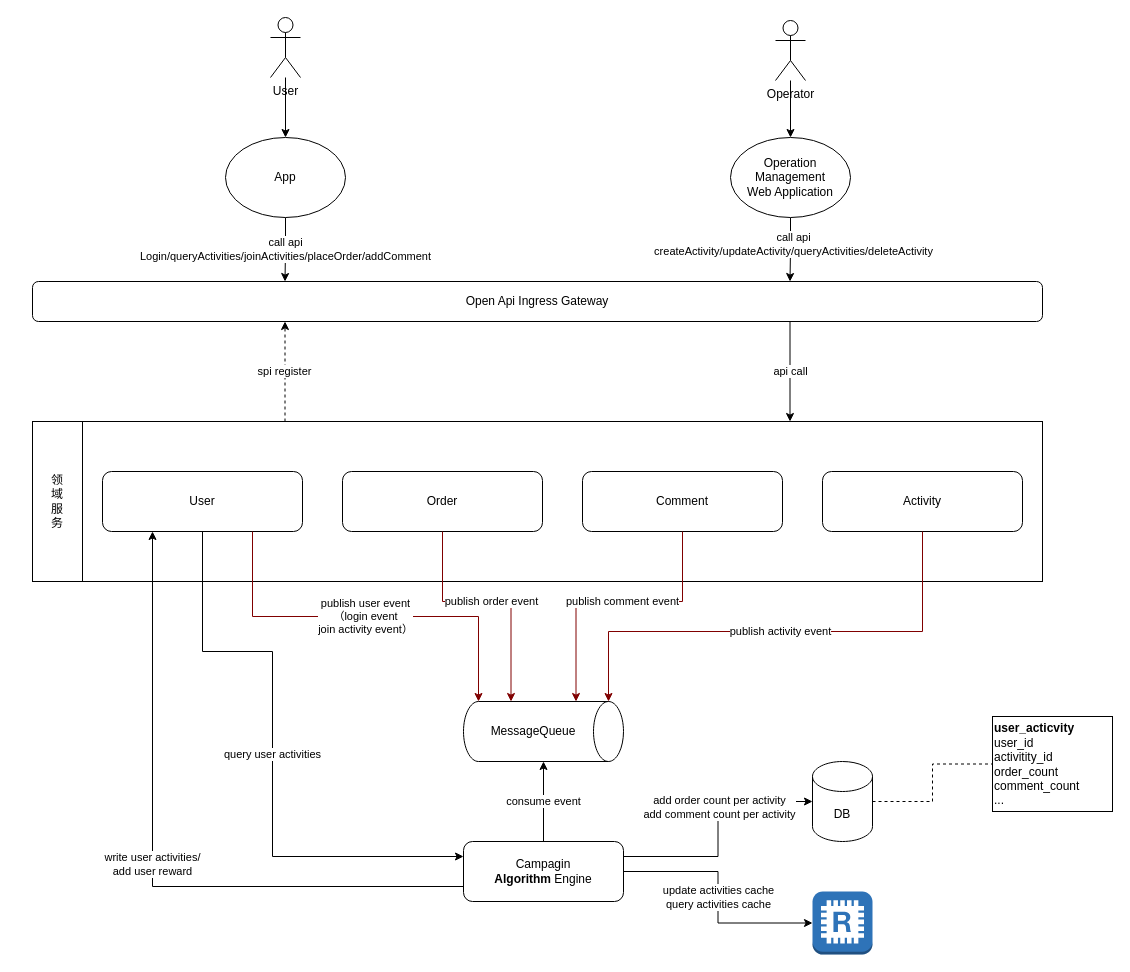
jackie-thank/beego-authz keeps this draw.io diagram as page "营销系统" (9 of 11) of Enterprise-Architecture.drawio. Above is the earlier version. Source tidied: cells renumbered, new cells numbered last; positions are measured from the earlier drawing's top-left corner, leaving out a move shared by most shapes. Both pictures are drawn from the tidied source at 100%, with x=0, y=0 at pixel (32, 17).
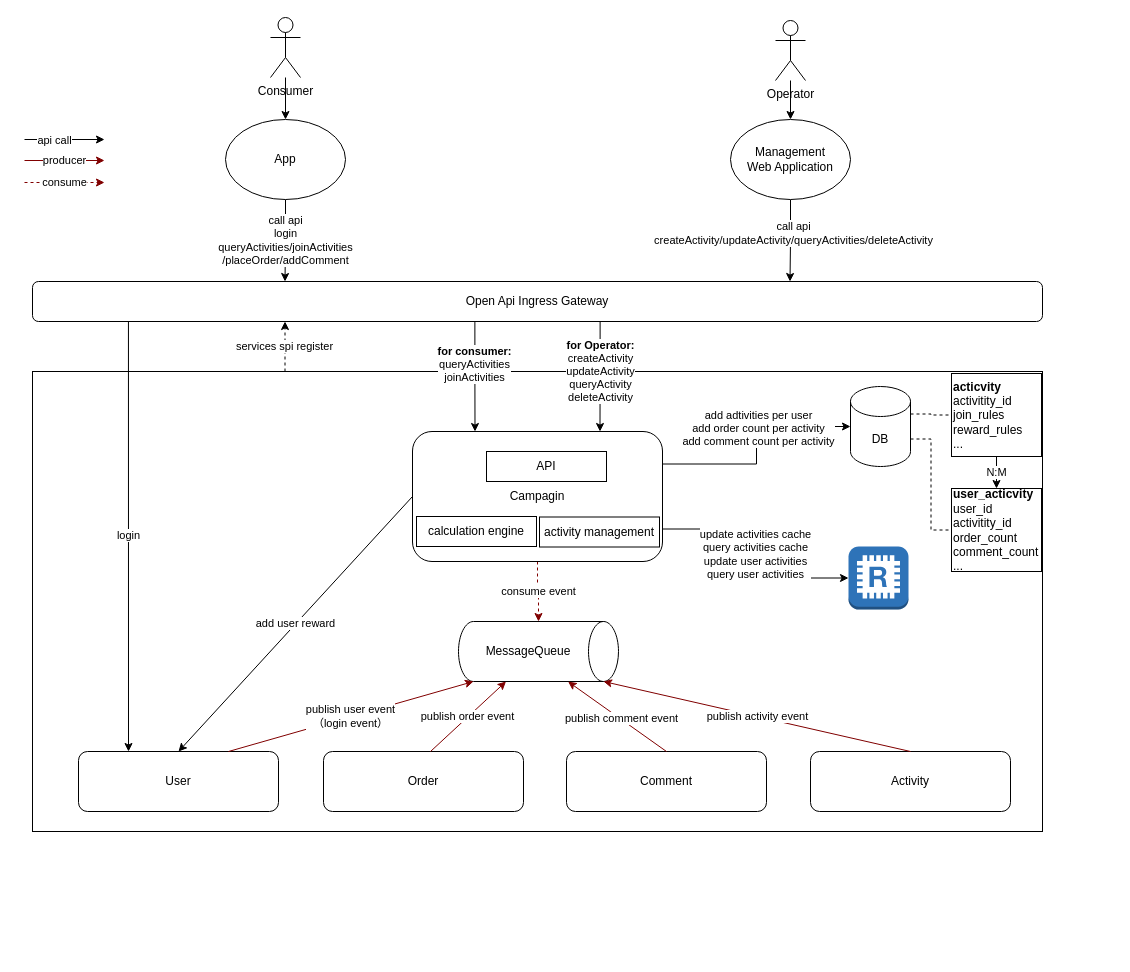
The same page after the edit.

The change refers to these unchanged cells:
```xml
<mxCell id="25" value="&lt;div&gt;Open Api Ingress Gateway&lt;br&gt;&lt;/div&gt;" style="rounded=1;whiteSpace=wrap;html=1;" parent="1" vertex="1">
  <mxGeometry y="264" width="1010" height="40" as="geometry" />
</mxCell>
```

Change to the diagram source:
```diff
@@
-    <mxCell id="2" value="spi register" style="edgeStyle=orthogonalEdgeStyle;rounded=0;jettySize=auto;html=1;exitX=0.25;exitY=0;exitDx=0;exitDy=0;entryX=0.25;entryY=1;entryDx=0;entryDy=0;dashed=1;" parent="1" edge="1" source="3" target="25">
+    <mxCell id="2" value="services spi register" style="edgeStyle=orthogonalEdgeStyle;rounded=0;jettySize=auto;html=1;exitX=0.25;exitY=0;exitDx=0;exitDy=0;entryX=0.25;entryY=1;entryDx=0;entryDy=0;dashed=1;" parent="1" edge="1" source="3" target="25">
       <mxGeometry relative="1" as="geometry" />
     </mxCell>
     <mxCell id="3" style="rounded=0;whiteSpace=wrap;html=1;" parent="1" vertex="1">
-      <mxGeometry y="404" width="1010" height="160" as="geometry" />
+      <mxGeometry y="354" width="1010" height="460" as="geometry" />
     </mxCell>
-    <mxCell id="4" value="query user activities" style="edgeStyle=orthogonalEdgeStyle;rounded=0;jettySize=auto;html=1;exitX=0.5;exitY=1;exitDx=0;exitDy=0;entryX=0;entryY=0.25;entryDx=0;entryDy=0;" parent="1" edge="1" source="5" target="13">
-      <mxGeometry relative="1" as="geometry">
-        <Array as="points">
-          <mxPoint x="170" y="634" />
-          <mxPoint x="240" y="634" />
-          <mxPoint x="240" y="839" />
-        </Array>
-      </mxGeometry>
-    </mxCell>
     <mxCell id="5" value="User" style="rounded=1;whiteSpace=wrap;html=1;" parent="1" vertex="1">
-      <mxGeometry x="70" y="454" width="200" height="60" as="geometry" />
+      <mxGeometry x="46" y="734" width="200" height="60" as="geometry" />
     </mxCell>
     <mxCell id="6" value="Order" style="rounded=1;whiteSpace=wrap;html=1;" parent="1" vertex="1">
-      <mxGeometry x="310" y="454" width="200" height="60" as="geometry" />
+      <mxGeometry x="291" y="734" width="200" height="60" as="geometry" />
     </mxCell>
     <mxCell id="7" value="Comment" style="rounded=1;whiteSpace=wrap;html=1;" parent="1" vertex="1">
-      <mxGeometry x="550" y="454" width="200" height="60" as="geometry" />
+      <mxGeometry x="534" y="734" width="200" height="60" as="geometry" />
     </mxCell>
     <mxCell id="8" value="Activity" style="rounded=1;whiteSpace=wrap;html=1;" parent="1" vertex="1">
-      <mxGeometry x="790" y="454" width="200" height="60" as="geometry" />
+      <mxGeometry x="778" y="734" width="200" height="60" as="geometry" />
     </mxCell>
-    <mxCell id="9" value="consume event" style="edgeStyle=orthogonalEdgeStyle;rounded=0;jettySize=auto;html=1;exitX=0.5;exitY=0;exitDx=0;exitDy=0;" parent="1" edge="1" source="13" target="26">
+    <mxCell id="9" value="consume event" style="edgeStyle=orthogonalEdgeStyle;rounded=0;jettySize=auto;html=1;exitX=0.5;exitY=1;exitDx=0;exitDy=0;strokeColor=#800000;dashed=1;" parent="1" edge="1" source="13" target="26">
       <mxGeometry relative="1" as="geometry" />
     </mxCell>
-    <mxCell id="10" value="&lt;div&gt;write user activities/&lt;/div&gt;&lt;div&gt;add user reward&lt;br&gt;&lt;/div&gt;" style="edgeStyle=orthogonalEdgeStyle;rounded=0;jettySize=auto;html=1;exitX=0;exitY=0.75;exitDx=0;exitDy=0;entryX=0.25;entryY=1;entryDx=0;entryDy=0;" parent="1" edge="1" source="13" target="5">
+    <mxCell id="10" value="&lt;div&gt;add user reward&lt;br&gt;&lt;/div&gt;" style="rounded=0;jettySize=auto;html=1;exitX=0;exitY=0.5;exitDx=0;exitDy=0;entryX=0.5;entryY=0;entryDx=0;entryDy=0;" parent="1" edge="1" source="13" target="5">
       <mxGeometry relative="1" as="geometry" />
     </mxCell>
-    <mxCell id="11" style="edgeStyle=orthogonalEdgeStyle;rounded=0;jettySize=auto;html=1;exitX=1;exitY=0.25;exitDx=0;exitDy=0;" parent="1" edge="1" source="13" target="34">
+    <mxCell id="11" style="edgeStyle=orthogonalEdgeStyle;rounded=0;jettySize=auto;html=1;exitX=1;exitY=0.25;exitDx=0;exitDy=0;entryX=0;entryY=0.5;entryDx=0;entryDy=0;entryPerimeter=0;" parent="1" edge="1" source="13" target="34">
       <mxGeometry relative="1" as="geometry" />
     </mxCell>
-    <mxCell id="12" value="&lt;div&gt;add order count per activity&lt;/div&gt;&lt;div&gt;add comment count per activity&lt;br&gt;&lt;/div&gt;" style="edgeLabel;html=1;align=center;verticalAlign=middle;" parent="11" vertex="1">
+    <mxCell id="12" value="&lt;div&gt;add adtivities per user&lt;br&gt;&lt;/div&gt;&lt;div&gt;add order count per activity&lt;/div&gt;&lt;div&gt;add comment count per activity&lt;br&gt;&lt;/div&gt;" style="edgeLabel;html=1;align=center;verticalAlign=middle;" parent="11" vertex="1">
       <mxGeometry x="0.18" y="-1" relative="1" as="geometry" />
     </mxCell>
-    <mxCell id="13" value="&lt;div&gt;Campagin &lt;br&gt;&lt;/div&gt;&lt;div&gt;&lt;b&gt;Algorithm &lt;/b&gt;Engine&lt;br&gt;&lt;/div&gt;" style="rounded=1;whiteSpace=wrap;html=1;" parent="1" vertex="1">
-      <mxGeometry x="431" y="824" width="160" height="60" as="geometry" />
+    <mxCell id="13" value="&lt;div&gt;Campagin&lt;/div&gt;" style="rounded=1;whiteSpace=wrap;html=1;" parent="1" vertex="1">
+      <mxGeometry x="380" y="414" width="250" height="130" as="geometry" />
     </mxCell>
-    <mxCell id="14" value="&lt;div&gt;领&lt;/div&gt;&lt;div&gt;域&lt;/div&gt;&lt;div&gt;服&lt;/div&gt;&lt;div&gt;务&lt;/div&gt;" style="rounded=0;whiteSpace=wrap;html=1;" parent="1" vertex="1">
-      <mxGeometry y="404" width="50" height="160" as="geometry" />
-    </mxCell>
@@
-    <mxCell id="17" value="&lt;div&gt;Operation&lt;/div&gt;&lt;div&gt;Management&lt;/div&gt;&lt;div&gt;Web Application&lt;br&gt;&lt;/div&gt;" style="ellipse;whiteSpace=wrap;html=1;" parent="1" vertex="1">
-      <mxGeometry x="698" y="120" width="120" height="80" as="geometry" />
+    <mxCell id="17" value="&lt;div&gt;Management&lt;/div&gt;&lt;div&gt;Web Application&lt;br&gt;&lt;/div&gt;" style="ellipse;whiteSpace=wrap;html=1;" parent="1" vertex="1">
+      <mxGeometry x="698" y="102" width="120" height="80" as="geometry" />
     </mxCell>
@@
-    <mxCell id="19" value="User" style="shape=umlActor;verticalLabelPosition=bottom;verticalAlign=top;html=1;outlineConnect=0;" parent="1" vertex="1">
+    <mxCell id="19" value="Consumer" style="shape=umlActor;verticalLabelPosition=bottom;verticalAlign=top;html=1;outlineConnect=0;" parent="1" vertex="1">
       <mxGeometry x="238" width="30" height="60" as="geometry" />
     </mxCell>
-    <mxCell id="20" value="&lt;div&gt;call api&lt;br&gt;&lt;/div&gt;&lt;div&gt;Login/queryActivities/joinActivities/placeOrder/addComment&lt;/div&gt;" style="edgeStyle=orthogonalEdgeStyle;rounded=0;jettySize=auto;html=1;exitX=0.5;exitY=1;exitDx=0;exitDy=0;entryX=0.25;entryY=0;entryDx=0;entryDy=0;" parent="1" edge="1" source="21" target="25">
+    <mxCell id="20" value="&lt;div&gt;call api&lt;br&gt;&lt;/div&gt;&lt;div&gt;login&lt;/div&gt;&lt;div&gt;queryActivities/joinActivities&lt;/div&gt;&lt;div&gt;/placeOrder/addComment&lt;/div&gt;" style="edgeStyle=orthogonalEdgeStyle;rounded=0;jettySize=auto;html=1;exitX=0.5;exitY=1;exitDx=0;exitDy=0;entryX=0.25;entryY=0;entryDx=0;entryDy=0;" parent="1" edge="1" source="21" target="25">
       <mxGeometry relative="1" as="geometry" />
     </mxCell>
     <mxCell id="21" value="App" style="ellipse;whiteSpace=wrap;html=1;" parent="1" vertex="1">
-      <mxGeometry x="193" y="120" width="120" height="80" as="geometry" />
+      <mxGeometry x="193" y="102" width="120" height="80" as="geometry" />
     </mxCell>
@@
-    <mxCell id="24" value="api call" style="edgeStyle=orthogonalEdgeStyle;rounded=0;jettySize=auto;html=1;exitX=0.75;exitY=1;exitDx=0;exitDy=0;entryX=0.75;entryY=0;entryDx=0;entryDy=0;" parent="1" edge="1" source="25" target="3">
-      <mxGeometry relative="1" as="geometry" />
-    </mxCell>
+    <mxCell id="38" value="&lt;div&gt;&lt;b&gt;for consumer:&lt;/b&gt;&lt;/div&gt;&lt;div&gt;queryActivities&lt;/div&gt;&lt;div&gt;joinActivities&lt;br&gt;&lt;/div&gt;" style="edgeStyle=orthogonalEdgeStyle;rounded=0;jettySize=auto;html=1;exitX=0.438;exitY=1.014;exitDx=0;exitDy=0;entryX=0.25;entryY=0;entryDx=0;entryDy=0;exitPerimeter=0;" parent="1" edge="1" source="25" target="13">
+      <mxGeometry x="-0.26" relative="1" as="geometry">
+        <mxPoint y="1" as="offset" />
+      </mxGeometry>
+    </mxCell>
+    <mxCell id="39" value="login" style="edgeStyle=orthogonalEdgeStyle;rounded=0;jettySize=auto;html=1;exitX=0.095;exitY=0.957;exitDx=0;exitDy=0;entryX=0.25;entryY=0;entryDx=0;entryDy=0;exitPerimeter=0;" parent="1" edge="1" source="25" target="5">
+      <mxGeometry relative="1" as="geometry" />
+    </mxCell>
+    <mxCell id="40" style="edgeStyle=orthogonalEdgeStyle;rounded=0;jettySize=auto;html=1;exitX=0.562;exitY=1;exitDx=0;exitDy=0;entryX=0.75;entryY=0;entryDx=0;entryDy=0;exitPerimeter=0;" parent="1" edge="1" source="25" target="13">
+      <mxGeometry relative="1" as="geometry" />
+    </mxCell>
+    <mxCell id="41" value="&lt;div&gt;&lt;b&gt;for Operator:&lt;/b&gt;&lt;/div&gt;&lt;div&gt;createActivity&lt;/div&gt;&lt;div&gt;updateActivity&lt;/div&gt;&lt;div&gt;queryActivity&lt;/div&gt;&lt;div&gt;deleteActivity&lt;br&gt;&lt;/div&gt;" style="edgeLabel;html=1;align=center;verticalAlign=middle;" parent="40" vertex="1">
+      <mxGeometry x="-0.1" relative="1" as="geometry" />
+    </mxCell>
@@
     <mxCell id="26" style="shape=cylinder3;whiteSpace=wrap;html=1;boundedLbl=1;backgroundOutline=1;size=15;rotation=90;" parent="1" vertex="1">
-      <mxGeometry x="481" y="634" width="60" height="160" as="geometry" />
+      <mxGeometry x="476" y="554" width="60" height="160" as="geometry" />
     </mxCell>
-    <mxCell id="27" value="&lt;div&gt;publish user event&lt;/div&gt;&lt;div&gt;（login event&lt;/div&gt;&lt;div&gt;join activity event）&lt;br&gt;&lt;/div&gt;" style="rounded=0;jettySize=auto;html=1;exitX=0.75;exitY=1;exitDx=0;exitDy=0;entryX=0;entryY=1;entryDx=0;entryDy=-15;entryPerimeter=0;edgeStyle=orthogonalEdgeStyle;strokeColor=#800000;" parent="1" edge="1" source="5" target="26">
+    <mxCell id="27" value="&lt;div&gt;publish user event&lt;/div&gt;&lt;div&gt;（login event）&lt;br&gt;&lt;/div&gt;" style="rounded=0;jettySize=auto;html=1;exitX=0.75;exitY=0;exitDx=0;exitDy=0;entryX=1;entryY=1;entryDx=0;entryDy=-15;entryPerimeter=0;strokeColor=#800000;" parent="1" edge="1" source="5" target="26">
       <mxGeometry relative="1" as="geometry" />
     </mxCell>
-    <mxCell id="28" value="publish order event" style="rounded=0;jettySize=auto;html=1;entryX=0;entryY=0;entryDx=0;entryDy=112.5;entryPerimeter=0;edgeStyle=orthogonalEdgeStyle;strokeColor=#800000;" parent="1" edge="1" target="26">
+    <mxCell id="28" value="publish order event" style="rounded=0;jettySize=auto;html=1;entryX=1;entryY=0;entryDx=0;entryDy=112.5;entryPerimeter=0;strokeColor=#800000;" parent="1" edge="1" target="26">
       <mxGeometry relative="1" as="geometry">
-        <mxPoint x="410" y="514" as="sourcePoint" />
-        <Array as="points">
-          <mxPoint x="410" y="584" />
-          <mxPoint x="479" y="584" />
-        </Array>
+        <mxPoint x="398" y="734" as="sourcePoint" />
       </mxGeometry>
     </mxCell>
-    <mxCell id="29" style="rounded=0;jettySize=auto;html=1;exitX=0.5;exitY=1;exitDx=0;exitDy=0;entryX=0;entryY=0;entryDx=0;entryDy=47.5;entryPerimeter=0;edgeStyle=orthogonalEdgeStyle;strokeColor=#800000;" parent="1" edge="1" source="7" target="26">
-      <mxGeometry relative="1" as="geometry">
-        <Array as="points">
-          <mxPoint x="650" y="584" />
-          <mxPoint x="544" y="584" />
-        </Array>
-      </mxGeometry>
+    <mxCell id="29" style="rounded=0;jettySize=auto;html=1;exitX=0.5;exitY=0;exitDx=0;exitDy=0;entryX=1.002;entryY=0.315;entryDx=0;entryDy=0;entryPerimeter=0;strokeColor=#800000;" parent="1" edge="1" source="7" target="26">
+      <mxGeometry relative="1" as="geometry" />
     </mxCell>
@@
-    <mxCell id="31" value="publish activity event" style="rounded=0;jettySize=auto;html=1;entryX=0;entryY=0;entryDx=0;entryDy=15;entryPerimeter=0;edgeStyle=orthogonalEdgeStyle;strokeColor=#800000;" parent="1" edge="1" target="26">
+    <mxCell id="31" value="publish activity event" style="rounded=0;jettySize=auto;html=1;entryX=1;entryY=0;entryDx=0;entryDy=15;entryPerimeter=0;strokeColor=#800000;" parent="1" edge="1" target="26">
       <mxGeometry relative="1" as="geometry">
-        <mxPoint x="890" y="514" as="sourcePoint" />
-        <Array as="points">
-          <mxPoint x="890" y="614" />
-          <mxPoint x="576" y="614" />
-        </Array>
+        <mxPoint x="878" y="734" as="sourcePoint" />
       </mxGeometry>
     </mxCell>
     <mxCell id="32" value="MessageQueue" style="text;html=1;align=center;verticalAlign=middle;whiteSpace=wrap;rounded=0;" parent="1" vertex="1">
-      <mxGeometry x="451" y="699" width="100" height="30" as="geometry" />
+      <mxGeometry x="446" y="619" width="100" height="30" as="geometry" />
     </mxCell>
-    <mxCell id="33" style="edgeStyle=orthogonalEdgeStyle;rounded=0;jettySize=auto;html=1;exitX=1;exitY=0.5;exitDx=0;exitDy=0;exitPerimeter=0;entryX=0;entryY=0.5;entryDx=0;entryDy=0;dashed=1;endArrow=none;endFill=0;" parent="1" edge="1" source="34" target="37">
+    <mxCell id="33" style="edgeStyle=orthogonalEdgeStyle;rounded=0;jettySize=auto;html=1;exitX=1;exitY=0;exitDx=0;exitDy=52.5;exitPerimeter=0;entryX=0;entryY=0.5;entryDx=0;entryDy=0;dashed=1;endArrow=none;endFill=0;" parent="1" edge="1" source="34" target="37">
       <mxGeometry relative="1" as="geometry" />
     </mxCell>
+    <mxCell id="42" style="edgeStyle=orthogonalEdgeStyle;rounded=0;jettySize=auto;html=1;exitX=1;exitY=0;exitDx=0;exitDy=27.5;exitPerimeter=0;dashed=1;endArrow=none;endFill=0;entryX=0;entryY=0.5;entryDx=0;entryDy=0;" parent="1" edge="1" source="34" target="44">
+      <mxGeometry relative="1" as="geometry" />
+    </mxCell>
     <mxCell id="34" value="DB" style="shape=cylinder3;whiteSpace=wrap;html=1;boundedLbl=1;backgroundOutline=1;size=15;" parent="1" vertex="1">
-      <mxGeometry x="780" y="744" width="60" height="80" as="geometry" />
+      <mxGeometry x="818" y="369" width="60" height="80" as="geometry" />
     </mxCell>
-    <mxCell id="35" style="outlineConnect=0;dashed=0;verticalLabelPosition=bottom;verticalAlign=top;align=center;html=1;shape=mxgraph.aws3.redis;fillColor=#2E73B8;gradientColor=none;" parent="1" vertex="1">
-      <mxGeometry x="780" y="874" width="60" height="63" as="geometry" />
-    </mxCell>
-    <mxCell id="36" value="&lt;div&gt;update activities cache&lt;br&gt;&lt;/div&gt;&lt;div&gt;query activities cache&lt;/div&gt;" style="edgeStyle=orthogonalEdgeStyle;rounded=0;jettySize=auto;html=1;exitX=1;exitY=0.5;exitDx=0;exitDy=0;entryX=0;entryY=0.5;entryDx=0;entryDy=0;entryPerimeter=0;" parent="1" edge="1" source="13" target="35">
+    <mxCell id="36" value="&lt;div&gt;update activities cache&lt;br&gt;&lt;/div&gt;&lt;div&gt;query activities cache&lt;/div&gt;&lt;div&gt;update user activities&lt;/div&gt;&lt;div&gt;query user activities&lt;br&gt;&lt;/div&gt;" style="edgeStyle=orthogonalEdgeStyle;rounded=0;jettySize=auto;html=1;exitX=1;exitY=0.75;exitDx=0;exitDy=0;entryX=0;entryY=0.5;entryDx=0;entryDy=0;entryPerimeter=0;" parent="1" edge="1" source="13" target="35">
       <mxGeometry relative="1" as="geometry" />
     </mxCell>
     <mxCell id="37" value="&lt;div align=&quot;left&quot;&gt;&lt;b&gt;user_acticvity&lt;/b&gt;&lt;/div&gt;&lt;div align=&quot;left&quot;&gt;user_id&lt;/div&gt;&lt;div align=&quot;left&quot;&gt;activitity_id&lt;/div&gt;&lt;div align=&quot;left&quot;&gt;order_count&lt;/div&gt;&lt;div align=&quot;left&quot;&gt;comment_count&lt;/div&gt;&lt;div align=&quot;left&quot;&gt;...&lt;br&gt;&lt;/div&gt;" style="rounded=0;whiteSpace=wrap;html=1;align=left;" parent="1" vertex="1">
-      <mxGeometry x="960" y="699" width="120" height="95" as="geometry" />
+      <mxGeometry x="919" y="471" width="90" height="83" as="geometry" />
     </mxCell>
+    <mxCell id="43" value="N:M" style="edgeStyle=orthogonalEdgeStyle;rounded=0;jettySize=auto;html=1;exitX=0.5;exitY=1;exitDx=0;exitDy=0;" parent="1" edge="1" source="44" target="37">
+      <mxGeometry relative="1" as="geometry" />
+    </mxCell>
+    <mxCell id="44" value="&lt;div align=&quot;left&quot;&gt;&lt;b&gt;acticvity&lt;/b&gt;&lt;/div&gt;&lt;div align=&quot;left&quot;&gt;activitity_id&lt;/div&gt;&lt;div align=&quot;left&quot;&gt;join_rules&lt;br&gt;&lt;/div&gt;&lt;div align=&quot;left&quot;&gt;reward_rules&lt;br&gt;&lt;/div&gt;&lt;div align=&quot;left&quot;&gt;...&lt;br&gt;&lt;/div&gt;" style="rounded=0;whiteSpace=wrap;html=1;align=left;" parent="1" vertex="1">
+      <mxGeometry x="919" y="356" width="90" height="83" as="geometry" />
+    </mxCell>
+    <mxCell id="35" style="outlineConnect=0;dashed=0;verticalLabelPosition=bottom;verticalAlign=top;align=center;html=1;shape=mxgraph.aws3.redis;fillColor=#2E73B8;gradientColor=none;" parent="1" vertex="1">
+      <mxGeometry x="816" y="529" width="60" height="63" as="geometry" />
+    </mxCell>
+    <mxCell id="45" value="producer" style="rounded=0;orthogonalLoop=1;jettySize=auto;html=1;strokeColor=#800000;" parent="1" edge="1">
+      <mxGeometry relative="1" as="geometry">
+        <mxPoint x="-8" y="143" as="sourcePoint" />
+        <mxPoint x="72" y="143" as="targetPoint" />
+      </mxGeometry>
+    </mxCell>
+    <mxCell id="46" value="consume" style="edgeStyle=orthogonalEdgeStyle;rounded=0;orthogonalLoop=1;jettySize=auto;html=1;strokeColor=#800000;dashed=1;" parent="1" edge="1">
+      <mxGeometry relative="1" as="geometry">
+        <mxPoint x="-8" y="165" as="sourcePoint" />
+        <mxPoint x="72" y="165" as="targetPoint" />
+      </mxGeometry>
+    </mxCell>
+    <mxCell id="24" value="api call" style="edgeStyle=orthogonalEdgeStyle;rounded=0;orthogonalLoop=1;jettySize=auto;html=1;" parent="1" edge="1">
+      <mxGeometry x="-0.26" relative="1" as="geometry">
+        <mxPoint x="-8" y="122" as="sourcePoint" />
+        <mxPoint x="72" y="122" as="targetPoint" />
+        <mxPoint y="1" as="offset" />
+      </mxGeometry>
+    </mxCell>
+    <mxCell id="47" value="calculation engine" style="rounded=0;whiteSpace=wrap;html=1;" parent="1" vertex="1">
+      <mxGeometry x="384" y="499" width="120" height="30" as="geometry" />
+    </mxCell>
+    <mxCell id="48" value="API" style="rounded=0;whiteSpace=wrap;html=1;" parent="1" vertex="1">
+      <mxGeometry x="454" y="434" width="120" height="30" as="geometry" />
+    </mxCell>
+    <mxCell id="49" value="activity management" style="rounded=0;whiteSpace=wrap;html=1;" parent="1" vertex="1">
+      <mxGeometry x="507" y="499.5" width="120" height="30" as="geometry" />
+    </mxCell>
```
